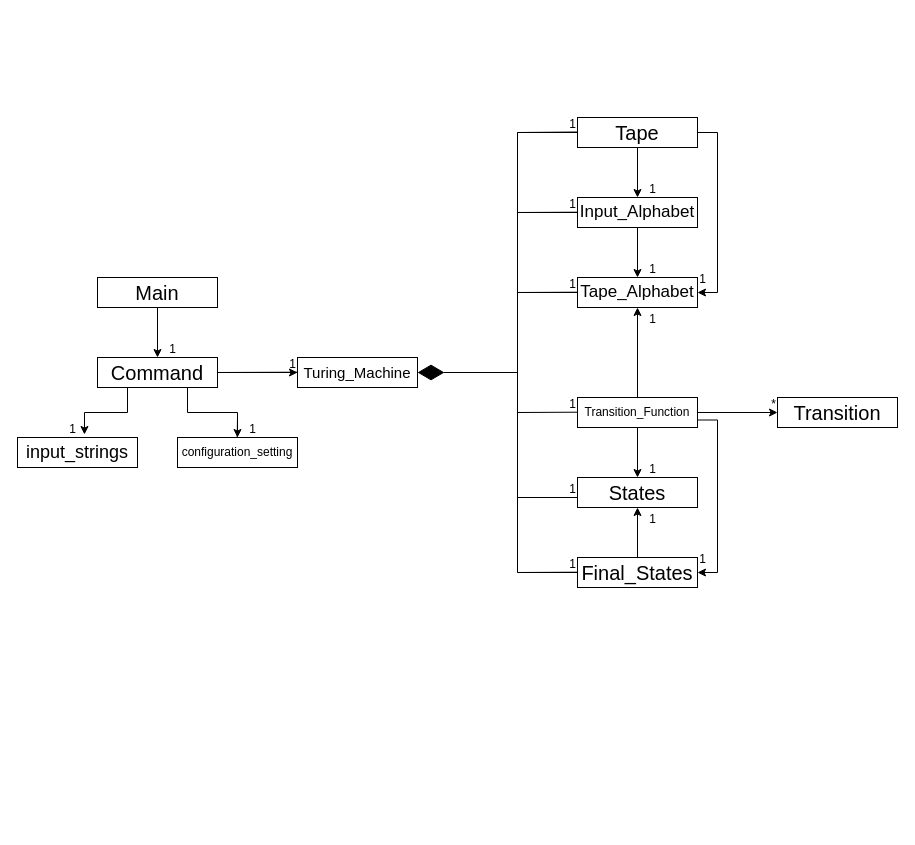
IgorBCode/cv keeps this draw.io diagram as Untitled Diagram.drawio. Above is the earlier version. Source tidied: cells renumbered, new cells numbered last; positions are measured from the earlier drawing's top-left corner, leaving out a move shared by most shapes. Both pictures are drawn from the tidied source at 100%, with x=0, y=0 at pixel (17, 117).
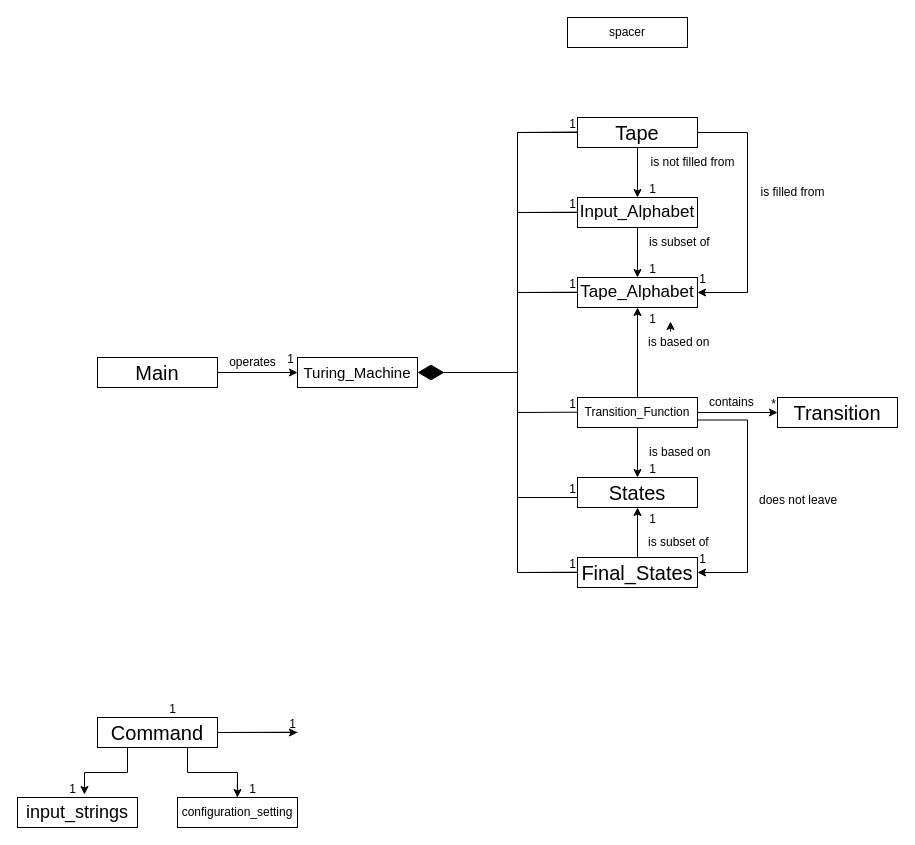
After the change.

Unchanged cells that the change refers to:
```xml
<mxCell id="9" value="&lt;font style=&quot;font-size: 15px;&quot;&gt;Turing_Machine&lt;/font&gt;" style="html=1;whiteSpace=wrap;" parent="1" vertex="1">
  <mxGeometry x="280" y="240" width="120" height="30" as="geometry" />
</mxCell>
<mxCell id="14" value="&lt;font style=&quot;font-size: 20px;&quot;&gt;Tape&lt;/font&gt;" style="html=1;whiteSpace=wrap;" parent="1" vertex="1">
  <mxGeometry x="560" width="120" height="30" as="geometry" />
</mxCell>
<mxCell id="19" value="&lt;font style=&quot;font-size: 17px;&quot;&gt;Tape_Alphabet&lt;/font&gt;" style="html=1;whiteSpace=wrap;" parent="1" vertex="1">
  <mxGeometry x="560" y="160" width="120" height="30" as="geometry" />
</mxCell>
<mxCell id="24" value="Transition_Function" style="html=1;whiteSpace=wrap;" parent="1" vertex="1">
  <mxGeometry x="560" y="280" width="120" height="30" as="geometry" />
</mxCell>
<mxCell id="27" value="&lt;font style=&quot;font-size: 20px;&quot;&gt;Final_States&lt;/font&gt;" style="html=1;whiteSpace=wrap;" parent="1" vertex="1">
  <mxGeometry x="560" y="440" width="120" height="30" as="geometry" />
</mxCell>
```

What changed in the source:
```diff
@@
-    <mxCell id="2" style="edgeStyle=orthogonalEdgeStyle;rounded=0;jettySize=auto;html=1;" parent="1" edge="1" source="3" target="6">
-      <mxGeometry relative="1" as="geometry" />
-    </mxCell>
+    <mxCell id="56" style="edgeStyle=orthogonalEdgeStyle;rounded=0;jettySize=auto;html=1;entryX=0;entryY=0.5;entryDx=0;entryDy=0;" parent="1" edge="1" source="3" target="9">
+      <mxGeometry relative="1" as="geometry" />
+    </mxCell>
     <mxCell id="3" value="&lt;font style=&quot;font-size: 20px;&quot;&gt;Main&lt;/font&gt;" style="html=1;whiteSpace=wrap;" parent="1" vertex="1">
-      <mxGeometry x="80" y="160" width="120" height="30" as="geometry" />
+      <mxGeometry x="80" y="240" width="120" height="30" as="geometry" />
     </mxCell>
@@
-    <mxCell id="5" style="edgeStyle=orthogonalEdgeStyle;rounded=0;jettySize=auto;html=1;entryX=0;entryY=0.5;entryDx=0;entryDy=0;" parent="1" edge="1" source="6" target="9">
-      <mxGeometry relative="1" as="geometry" />
+    <mxCell id="5" style="edgeStyle=orthogonalEdgeStyle;rounded=0;jettySize=auto;html=1;entryX=0;entryY=0.5;entryDx=0;entryDy=0;" parent="1" edge="1" source="6">
+      <mxGeometry relative="1" as="geometry">
+        <mxPoint x="280" y="615" as="targetPoint" />
+      </mxGeometry>
     </mxCell>
     <mxCell id="6" value="&lt;font style=&quot;font-size: 20px;&quot;&gt;Command&lt;/font&gt;" style="html=1;whiteSpace=wrap;" parent="1" vertex="1">
-      <mxGeometry x="80" y="240" width="120" height="30" as="geometry" />
+      <mxGeometry x="80" y="600" width="120" height="30" as="geometry" />
     </mxCell>
     <mxCell id="7" value="&lt;font style=&quot;font-size: 18px;&quot;&gt;input_strings&lt;br&gt;&lt;/font&gt;" style="html=1;whiteSpace=wrap;" parent="1" vertex="1">
-      <mxGeometry y="320" width="120" height="30" as="geometry" />
+      <mxGeometry y="680" width="120" height="30" as="geometry" />
     </mxCell>
     <mxCell id="8" value="&lt;font style=&quot;font-size: 12px;&quot;&gt;configuration_setting&lt;/font&gt;" style="html=1;whiteSpace=wrap;" parent="1" vertex="1">
-      <mxGeometry x="160" y="320" width="120" height="30" as="geometry" />
+      <mxGeometry x="160" y="680" width="120" height="30" as="geometry" />
     </mxCell>
@@
     <mxCell id="13" style="edgeStyle=orthogonalEdgeStyle;rounded=0;jettySize=auto;html=1;exitX=1;exitY=0.5;exitDx=0;exitDy=0;entryX=1;entryY=0.5;entryDx=0;entryDy=0;" parent="1" edge="1" source="14" target="19">
-      <mxGeometry relative="1" as="geometry" />
+      <mxGeometry relative="1" as="geometry">
+        <Array as="points">
+          <mxPoint x="730" y="15" />
+          <mxPoint x="730" y="175" />
+        </Array>
+      </mxGeometry>
     </mxCell>
@@
     <mxCell id="21" style="edgeStyle=orthogonalEdgeStyle;rounded=0;jettySize=auto;html=1;exitX=1;exitY=0.75;exitDx=0;exitDy=0;entryX=1;entryY=0.5;entryDx=0;entryDy=0;" parent="1" edge="1" source="24" target="27">
-      <mxGeometry relative="1" as="geometry" />
+      <mxGeometry relative="1" as="geometry">
+        <Array as="points">
+          <mxPoint x="730" y="303" />
+          <mxPoint x="730" y="455" />
+        </Array>
+      </mxGeometry>
     </mxCell>
@@
     <mxCell id="42" style="endArrow=none;html=1;rounded=0;exitX=1;exitY=0.5;exitDx=0;exitDy=0;" parent="1" edge="1" source="6">
       <mxGeometry relative="1" as="geometry">
-        <mxPoint x="280" y="254.7" as="targetPoint" />
+        <mxPoint x="280" y="614.7" as="targetPoint" />
       </mxGeometry>
     </mxCell>
@@
     <mxCell id="44" style="endArrow=none;html=1;rounded=0;" parent="1" edge="1">
       <mxGeometry relative="1" as="geometry">
-        <mxPoint x="220" y="300" as="sourcePoint" />
-        <mxPoint x="219.7" y="320" as="targetPoint" />
+        <mxPoint x="220" y="660" as="sourcePoint" />
+        <mxPoint x="219.7" y="680" as="targetPoint" />
       </mxGeometry>
     </mxCell>
@@
     <mxCell id="46" value="1" style="html=1;whiteSpace=wrap;align=right;verticalAlign=bottom;" parent="1" vertex="1">
-      <mxGeometry x="60" y="320" as="geometry" />
+      <mxGeometry x="60" y="680" as="geometry" />
     </mxCell>
     <mxCell id="47" value="1" style="html=1;whiteSpace=wrap;align=right;verticalAlign=bottom;" parent="1" vertex="1">
-      <mxGeometry x="160" y="240" as="geometry" />
+      <mxGeometry x="160" y="600" as="geometry" />
     </mxCell>
@@
+    <mxCell id="57" value="&lt;div&gt;is not filled from&lt;/div&gt;" style="text;html=1;align=center;verticalAlign=middle;strokeColor=none;fillColor=none;" parent="1" vertex="1">
+      <mxGeometry x="620" y="30" width="110" height="30" as="geometry" />
+    </mxCell>
+    <mxCell id="58" value="is filled from" style="text;html=1;align=center;verticalAlign=middle;strokeColor=none;fillColor=none;" parent="1" vertex="1">
+      <mxGeometry x="730" y="60" width="90" height="30" as="geometry" />
+    </mxCell>
+    <mxCell id="59" value="&lt;div align=&quot;left&quot;&gt;is subset of&lt;br&gt;&lt;/div&gt;" style="text;html=1;align=left;verticalAlign=middle;strokeColor=none;fillColor=none;" parent="1" vertex="1">
+      <mxGeometry x="630" y="110" width="90" height="30" as="geometry" />
+    </mxCell>
+    <mxCell id="60" value="is based on" style="text;html=1;align=left;verticalAlign=middle;strokeColor=none;fillColor=none;" parent="1" vertex="1">
+      <mxGeometry x="629" y="210" width="90" height="30" as="geometry" />
+    </mxCell>
+    <mxCell id="61" value="&lt;div align=&quot;left&quot;&gt;contains&lt;/div&gt;" style="text;html=1;align=left;verticalAlign=middle;strokeColor=none;fillColor=none;" parent="1" vertex="1">
+      <mxGeometry x="690" y="270" width="70" height="30" as="geometry" />
+    </mxCell>
+    <mxCell id="62" style="endArrow=classic;html=1;rounded=0;strokeWidth=1;" parent="1" edge="1">
+      <mxGeometry relative="1" as="geometry">
+        <mxPoint x="653" y="214" as="sourcePoint" />
+        <mxPoint x="653" y="204" as="targetPoint" />
+      </mxGeometry>
+    </mxCell>
+    <mxCell id="63" value="is based on" style="text;html=1;align=left;verticalAlign=middle;strokeColor=none;fillColor=none;" parent="1" vertex="1">
+      <mxGeometry x="630" y="320" width="90" height="30" as="geometry" />
+    </mxCell>
+    <mxCell id="64" value="is subset of" style="text;html=1;align=left;verticalAlign=middle;strokeColor=none;fillColor=none;" parent="1" vertex="1">
+      <mxGeometry x="629" y="410" width="90" height="30" as="geometry" />
+    </mxCell>
+    <mxCell id="65" value="does not leave" style="text;html=1;align=left;verticalAlign=middle;strokeColor=none;fillColor=none;" parent="1" vertex="1">
+      <mxGeometry x="740" y="368" width="100" height="30" as="geometry" />
+    </mxCell>
+    <mxCell id="66" value="1" style="html=1;whiteSpace=wrap;align=right;verticalAlign=bottom;" parent="1" vertex="1">
+      <mxGeometry x="278" y="250" as="geometry" />
+    </mxCell>
+    <mxCell id="67" value="operates" style="text;html=1;align=center;verticalAlign=middle;strokeColor=none;fillColor=none;" parent="1" vertex="1">
+      <mxGeometry x="200" y="230" width="70" height="30" as="geometry" />
+    </mxCell>
+    <mxCell id="68" value="&lt;div&gt;spacer&lt;/div&gt;" style="html=1;whiteSpace=wrap;" parent="1" vertex="1">
+      <mxGeometry x="550" y="-100" width="120" height="30" as="geometry" />
+    </mxCell>
```
